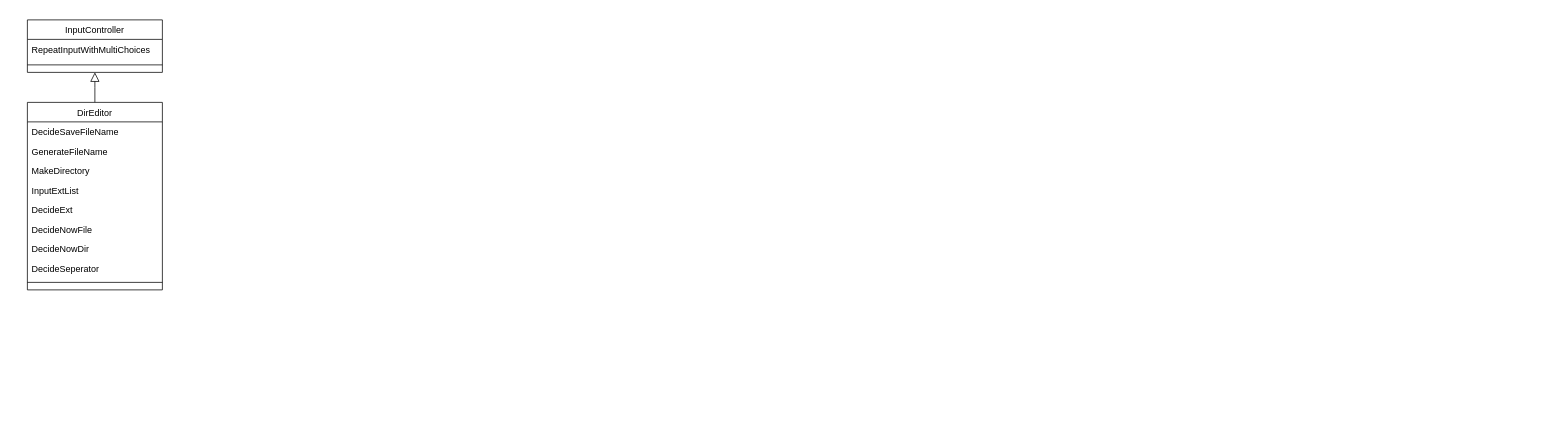
Before: page "04_FileListGetter" (5 of 7) of LandmasterLibrary/_Module_Diagram.drawio in landmaster135/pyclone-tornado, a draw.io diagram. Source tidied: cells renumbered, new cells numbered last; positions are measured from the earlier drawing's top-left corner, leaving out a move shared by most shapes. Both pictures are drawn from the tidied source at 75%, with x=0, y=0 at pixel (27, 20).
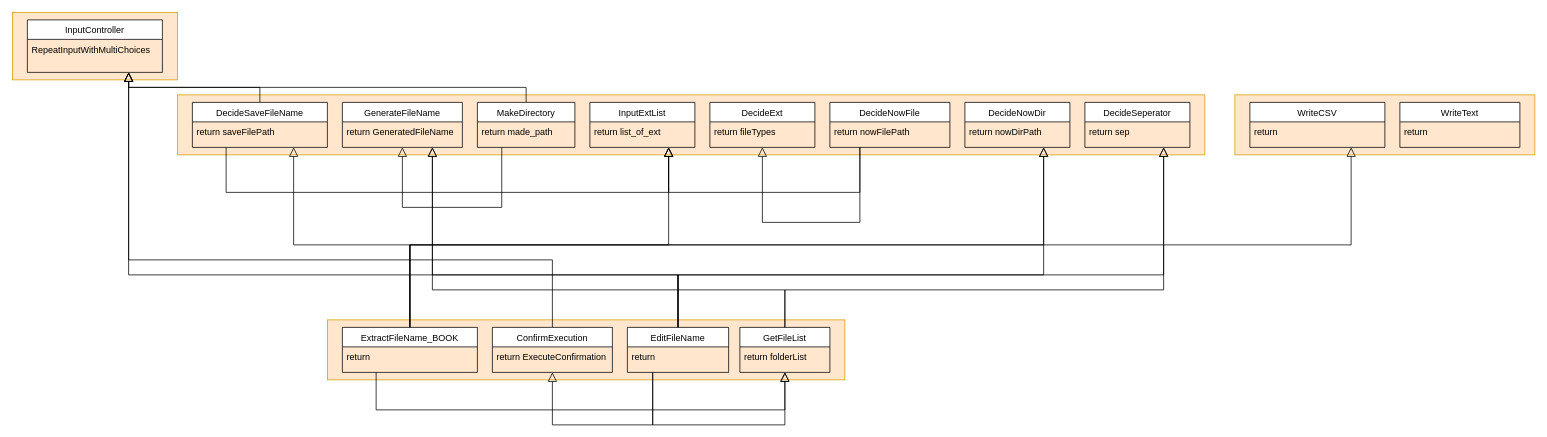
After the change.

The change refers to these unchanged cells:
```xml
<mxCell id="13" value="InputController" style="swimlane;fontStyle=0;align=center;verticalAlign=top;horizontal=1;startSize=26;rounded=0;shadow=0;strokeWidth=1;" parent="1" vertex="1">
  <mxGeometry width="180" height="70" as="geometry" />
</mxCell>
```

The edit, as a diff of the source:
```diff
@@
-    <mxCell id="2" style="endArrow=block;endSize=10;endFill=0;shadow=0;strokeWidth=1;rounded=0;edgeStyle=elbowEdgeStyle;elbow=vertical;exitX=0.5;exitY=0;exitDx=0;exitDy=0;entryX=0.5;entryY=1;entryDx=0;entryDy=0;" parent="1" edge="1" source="3" target="13">
-      <mxGeometry relative="1" as="geometry" />
-    </mxCell>
-    <mxCell id="3" value="DirEditor" style="swimlane;fontStyle=0;align=center;verticalAlign=top;horizontal=1;startSize=26;rounded=0;shadow=0;strokeWidth=1;" parent="1" vertex="1">
-      <mxGeometry y="110" width="180" height="250" as="geometry" />
-    </mxCell>
-    <mxCell id="4" value="DecideSaveFileName" style="text;align=left;verticalAlign=top;spacingLeft=4;spacingRight=4;overflow=hidden;points=[[0,0.5],[1,0.5]];portConstraint=eastwest;" parent="3" vertex="1">
-      <mxGeometry y="26" width="180" height="26" as="geometry" />
-    </mxCell>
-    <mxCell id="5" value="GenerateFileName" style="text;align=left;verticalAlign=top;spacingLeft=4;spacingRight=4;overflow=hidden;points=[[0,0.5],[1,0.5]];portConstraint=eastwest;rounded=0;shadow=0;html=0;" parent="3" vertex="1">
-      <mxGeometry y="52" width="180" height="26" as="geometry" />
-    </mxCell>
-    <mxCell id="6" value="MakeDirectory" style="text;align=left;verticalAlign=top;spacingLeft=4;spacingRight=4;overflow=hidden;points=[[0,0.5],[1,0.5]];portConstraint=eastwest;rounded=0;shadow=0;html=0;" parent="3" vertex="1">
-      <mxGeometry y="78" width="180" height="26" as="geometry" />
-    </mxCell>
-    <mxCell id="7" value="InputExtList" style="text;align=left;verticalAlign=top;spacingLeft=4;spacingRight=4;overflow=hidden;points=[[0,0.5],[1,0.5]];portConstraint=eastwest;rounded=0;shadow=0;html=0;" parent="3" vertex="1">
-      <mxGeometry y="104" width="180" height="26" as="geometry" />
-    </mxCell>
-    <mxCell id="8" value="DecideExt" style="text;align=left;verticalAlign=top;spacingLeft=4;spacingRight=4;overflow=hidden;points=[[0,0.5],[1,0.5]];portConstraint=eastwest;rounded=0;shadow=0;html=0;" parent="3" vertex="1">
-      <mxGeometry y="130" width="180" height="26" as="geometry" />
-    </mxCell>
-    <mxCell id="9" value="DecideNowFile" style="text;align=left;verticalAlign=top;spacingLeft=4;spacingRight=4;overflow=hidden;points=[[0,0.5],[1,0.5]];portConstraint=eastwest;rounded=0;shadow=0;html=0;" parent="3" vertex="1">
-      <mxGeometry y="156" width="180" height="26" as="geometry" />
-    </mxCell>
-    <mxCell id="10" value="DecideNowDir" style="text;align=left;verticalAlign=top;spacingLeft=4;spacingRight=4;overflow=hidden;points=[[0,0.5],[1,0.5]];portConstraint=eastwest;rounded=0;shadow=0;html=0;" parent="3" vertex="1">
-      <mxGeometry y="182" width="180" height="26" as="geometry" />
-    </mxCell>
-    <mxCell id="11" value="DecideSeperator" style="text;align=left;verticalAlign=top;spacingLeft=4;spacingRight=4;overflow=hidden;points=[[0,0.5],[1,0.5]];portConstraint=eastwest;rounded=0;shadow=0;html=0;" parent="3" vertex="1">
-      <mxGeometry y="208" width="180" height="26" as="geometry" />
-    </mxCell>
-    <mxCell id="12" style="endArrow=none;html=1;" parent="3" edge="1">
-      <mxGeometry relative="1" as="geometry">
-        <mxPoint y="240" as="sourcePoint" />
-        <mxPoint x="180" y="240" as="targetPoint" />
-      </mxGeometry>
-    </mxCell>
+    <mxCell id="16" style="rounded=0;whiteSpace=wrap;html=1;fillColor=#ffe6cc;strokeColor=#d79b00;" parent="1" vertex="1">
+      <mxGeometry x="-20" y="-10" width="220" height="90" as="geometry" />
+    </mxCell>
+    <mxCell id="17" style="rounded=0;whiteSpace=wrap;html=1;fillColor=#ffe6cc;strokeColor=#d79b00;" parent="1" vertex="1">
+      <mxGeometry x="400" y="400" width="690" height="80" as="geometry" />
+    </mxCell>
+    <mxCell id="18" style="rounded=0;whiteSpace=wrap;html=1;fillColor=#ffe6cc;strokeColor=#d79b00;" parent="1" vertex="1">
+      <mxGeometry x="200" y="100" width="1370" height="80" as="geometry" />
+    </mxCell>
+    <mxCell id="19" style="endArrow=block;endSize=10;endFill=0;shadow=0;strokeWidth=1;rounded=0;edgeStyle=elbowEdgeStyle;elbow=vertical;exitX=0.5;exitY=0;exitDx=0;exitDy=0;entryX=0.75;entryY=1;entryDx=0;entryDy=0;" parent="1" edge="1" source="4" target="13">
+      <mxGeometry relative="1" as="geometry" />
+    </mxCell>
@@
-    <mxCell id="15" style="endArrow=none;html=1;" parent="13" edge="1">
-      <mxGeometry relative="1" as="geometry">
-        <mxPoint y="60" as="sourcePoint" />
-        <mxPoint x="180" y="60" as="targetPoint" />
-      </mxGeometry>
-    </mxCell>
+    <mxCell id="20" style="endArrow=block;endSize=10;endFill=0;shadow=0;strokeWidth=1;rounded=0;edgeStyle=elbowEdgeStyle;elbow=vertical;exitX=0.25;exitY=1;exitDx=0;exitDy=0;entryX=0.75;entryY=1;entryDx=0;entryDy=0;" parent="1" edge="1" source="4" target="7">
+      <mxGeometry relative="1" as="geometry">
+        <Array as="points">
+          <mxPoint x="550" y="230" />
+        </Array>
+      </mxGeometry>
+    </mxCell>
+    <mxCell id="21" style="endArrow=block;endSize=10;endFill=0;shadow=0;strokeWidth=1;rounded=0;edgeStyle=elbowEdgeStyle;elbow=vertical;exitX=0.5;exitY=0;exitDx=0;exitDy=0;entryX=0.75;entryY=1;entryDx=0;entryDy=0;" parent="1" edge="1" source="6" target="13">
+      <mxGeometry relative="1" as="geometry" />
+    </mxCell>
+    <mxCell id="22" style="endArrow=block;endSize=10;endFill=0;shadow=0;strokeWidth=1;rounded=0;edgeStyle=elbowEdgeStyle;elbow=vertical;exitX=0.25;exitY=1;exitDx=0;exitDy=0;entryX=0.5;entryY=1;entryDx=0;entryDy=0;" parent="1" edge="1" source="6" target="5">
+      <mxGeometry relative="1" as="geometry">
+        <Array as="points">
+          <mxPoint x="570" y="250" />
+        </Array>
+      </mxGeometry>
+    </mxCell>
+    <mxCell id="23" style="endArrow=block;endSize=10;endFill=0;shadow=0;strokeWidth=1;rounded=0;edgeStyle=elbowEdgeStyle;elbow=vertical;exitX=0.25;exitY=1;exitDx=0;exitDy=0;entryX=0.5;entryY=1;entryDx=0;entryDy=0;" parent="1" edge="1" source="9" target="8">
+      <mxGeometry relative="1" as="geometry">
+        <Array as="points">
+          <mxPoint x="1060" y="270" />
+        </Array>
+      </mxGeometry>
+    </mxCell>
+    <mxCell id="24" style="endArrow=block;endSize=10;endFill=0;shadow=0;strokeWidth=1;rounded=0;edgeStyle=elbowEdgeStyle;elbow=vertical;exitX=0.25;exitY=1;exitDx=0;exitDy=0;entryX=0.75;entryY=1;entryDx=0;entryDy=0;" parent="1" edge="1" source="9" target="7">
+      <mxGeometry relative="1" as="geometry">
+        <Array as="points">
+          <mxPoint x="990" y="230" />
+        </Array>
+      </mxGeometry>
+    </mxCell>
+    <mxCell id="25" style="endArrow=block;endSize=10;endFill=0;shadow=0;strokeWidth=1;rounded=0;edgeStyle=elbowEdgeStyle;elbow=vertical;entryX=0.5;entryY=1;entryDx=0;entryDy=0;exitX=0.25;exitY=1;exitDx=0;exitDy=0;" parent="1" edge="1" source="44" target="56">
+      <mxGeometry relative="1" as="geometry">
+        <Array as="points">
+          <mxPoint x="820" y="520" />
+        </Array>
+      </mxGeometry>
+    </mxCell>
+    <mxCell id="26" style="endArrow=block;endSize=10;endFill=0;shadow=0;strokeWidth=1;rounded=0;edgeStyle=elbowEdgeStyle;elbow=vertical;exitX=0.5;exitY=0;exitDx=0;exitDy=0;entryX=0.75;entryY=1;entryDx=0;entryDy=0;" parent="1" edge="1" source="44" target="7">
+      <mxGeometry relative="1" as="geometry">
+        <Array as="points">
+          <mxPoint x="590" y="300" />
+        </Array>
+      </mxGeometry>
+    </mxCell>
+    <mxCell id="27" style="endArrow=block;endSize=10;endFill=0;shadow=0;strokeWidth=1;rounded=0;edgeStyle=elbowEdgeStyle;elbow=vertical;exitX=0.5;exitY=0;exitDx=0;exitDy=0;entryX=0.75;entryY=1;entryDx=0;entryDy=0;" parent="1" edge="1" source="44" target="10">
+      <mxGeometry relative="1" as="geometry">
+        <Array as="points">
+          <mxPoint x="840" y="300" />
+        </Array>
+      </mxGeometry>
+    </mxCell>
+    <mxCell id="28" style="endArrow=block;endSize=10;endFill=0;shadow=0;strokeWidth=1;rounded=0;edgeStyle=elbowEdgeStyle;elbow=vertical;entryX=0.75;entryY=1;entryDx=0;entryDy=0;exitX=0.5;exitY=0;exitDx=0;exitDy=0;" parent="1" edge="1" source="44" target="4">
+      <mxGeometry relative="1" as="geometry">
+        <Array as="points">
+          <mxPoint x="310" y="300" />
+        </Array>
+      </mxGeometry>
+    </mxCell>
+    <mxCell id="29" style="rounded=0;whiteSpace=wrap;html=1;fillColor=#ffe6cc;strokeColor=#d79b00;" parent="1" vertex="1">
+      <mxGeometry x="1610" y="100" width="400" height="80" as="geometry" />
+    </mxCell>
+    <mxCell id="30" style="endArrow=block;endSize=10;endFill=0;shadow=0;strokeWidth=1;rounded=0;edgeStyle=elbowEdgeStyle;elbow=vertical;entryX=0.75;entryY=1;entryDx=0;entryDy=0;exitX=0.5;exitY=0;exitDx=0;exitDy=0;" parent="1" edge="1" source="44" target="40">
+      <mxGeometry relative="1" as="geometry">
+        <Array as="points">
+          <mxPoint x="1030" y="300" />
+        </Array>
+      </mxGeometry>
+    </mxCell>
+    <mxCell id="31" style="endArrow=block;endSize=10;endFill=0;shadow=0;strokeWidth=1;rounded=0;edgeStyle=elbowEdgeStyle;elbow=vertical;exitX=0.5;exitY=0;exitDx=0;exitDy=0;entryX=0.75;entryY=1;entryDx=0;entryDy=0;" parent="1" edge="1" source="46" target="13">
+      <mxGeometry relative="1" as="geometry">
+        <Array as="points">
+          <mxPoint x="760" y="320" />
+          <mxPoint x="920" y="320" />
+        </Array>
+      </mxGeometry>
+    </mxCell>
+    <mxCell id="4" value="DecideSaveFileName" style="swimlane;fontStyle=0;align=center;verticalAlign=top;horizontal=1;startSize=26;rounded=0;shadow=0;strokeWidth=1;" parent="1" vertex="1">
+      <mxGeometry x="220" y="110" width="180" height="60" as="geometry" />
+    </mxCell>
+    <mxCell id="32" value="return saveFilePath" style="text;align=left;verticalAlign=top;spacingLeft=4;spacingRight=4;overflow=hidden;" parent="4" vertex="1">
+      <mxGeometry y="26" width="180" height="26" as="geometry" />
+    </mxCell>
+    <mxCell id="5" value="GenerateFileName" style="swimlane;fontStyle=0;align=center;verticalAlign=top;horizontal=1;startSize=26;rounded=0;shadow=0;strokeWidth=1;" parent="1" vertex="1">
+      <mxGeometry x="420" y="110" width="160" height="60" as="geometry" />
+    </mxCell>
+    <mxCell id="33" value="return GeneratedFileName" style="text;align=left;verticalAlign=top;spacingLeft=4;spacingRight=4;overflow=hidden;rounded=0;shadow=0;html=0;" parent="5" vertex="1">
+      <mxGeometry y="26" width="160" height="26" as="geometry" />
+    </mxCell>
+    <mxCell id="6" value="MakeDirectory" style="swimlane;fontStyle=0;align=center;verticalAlign=top;horizontal=1;startSize=26;rounded=0;shadow=0;strokeWidth=1;" parent="1" vertex="1">
+      <mxGeometry x="600" y="110" width="130" height="60" as="geometry" />
+    </mxCell>
+    <mxCell id="34" value="return made_path" style="text;align=left;verticalAlign=top;spacingLeft=4;spacingRight=4;overflow=hidden;" parent="6" vertex="1">
+      <mxGeometry y="26" width="130" height="26" as="geometry" />
+    </mxCell>
+    <mxCell id="9" value="DecideNowFile" style="swimlane;fontStyle=0;align=center;verticalAlign=top;horizontal=1;startSize=26;rounded=0;shadow=0;strokeWidth=1;" parent="1" vertex="1">
+      <mxGeometry x="1070" y="110" width="160" height="60" as="geometry" />
+    </mxCell>
+    <mxCell id="35" value="return nowFilePath" style="text;align=left;verticalAlign=top;spacingLeft=4;spacingRight=4;overflow=hidden;" parent="9" vertex="1">
+      <mxGeometry y="26" width="160" height="26" as="geometry" />
+    </mxCell>
+    <mxCell id="8" value="DecideExt" style="swimlane;fontStyle=0;align=center;verticalAlign=top;horizontal=1;startSize=26;rounded=0;shadow=0;strokeWidth=1;" parent="1" vertex="1">
+      <mxGeometry x="910" y="110" width="140" height="60" as="geometry" />
+    </mxCell>
+    <mxCell id="36" value="return fileTypes" style="text;align=left;verticalAlign=top;spacingLeft=4;spacingRight=4;overflow=hidden;" parent="8" vertex="1">
+      <mxGeometry y="26" width="140" height="26" as="geometry" />
+    </mxCell>
+    <mxCell id="7" value="InputExtList" style="swimlane;fontStyle=0;align=center;verticalAlign=top;horizontal=1;startSize=26;rounded=0;shadow=0;strokeWidth=1;" parent="1" vertex="1">
+      <mxGeometry x="750" y="110" width="140" height="60" as="geometry" />
+    </mxCell>
+    <mxCell id="37" value="return list_of_ext" style="text;align=left;verticalAlign=top;spacingLeft=4;spacingRight=4;overflow=hidden;" parent="7" vertex="1">
+      <mxGeometry y="26" width="140" height="26" as="geometry" />
+    </mxCell>
+    <mxCell id="10" value="DecideNowDir" style="swimlane;fontStyle=0;align=center;verticalAlign=top;horizontal=1;startSize=26;rounded=0;shadow=0;strokeWidth=1;" parent="1" vertex="1">
+      <mxGeometry x="1250" y="110" width="140" height="60" as="geometry" />
+    </mxCell>
+    <mxCell id="38" value="return nowDirPath" style="text;align=left;verticalAlign=top;spacingLeft=4;spacingRight=4;overflow=hidden;" parent="10" vertex="1">
+      <mxGeometry y="26" width="140" height="26" as="geometry" />
+    </mxCell>
+    <mxCell id="11" value="DecideSeperator" style="swimlane;fontStyle=0;align=center;verticalAlign=top;horizontal=1;startSize=26;rounded=0;shadow=0;strokeWidth=1;" parent="1" vertex="1">
+      <mxGeometry x="1410" y="110" width="140" height="60" as="geometry" />
+    </mxCell>
+    <mxCell id="39" value="return sep" style="text;align=left;verticalAlign=top;spacingLeft=4;spacingRight=4;overflow=hidden;" parent="11" vertex="1">
+      <mxGeometry y="26" width="140" height="26" as="geometry" />
+    </mxCell>
+    <mxCell id="40" value="WriteCSV" style="swimlane;fontStyle=0;align=center;verticalAlign=top;horizontal=1;startSize=26;rounded=0;shadow=0;strokeWidth=1;" parent="1" vertex="1">
+      <mxGeometry x="1630" y="110" width="180" height="60" as="geometry" />
+    </mxCell>
+    <mxCell id="41" value="return" style="text;align=left;verticalAlign=top;spacingLeft=4;spacingRight=4;overflow=hidden;" parent="40" vertex="1">
+      <mxGeometry y="26" width="180" height="26" as="geometry" />
+    </mxCell>
+    <mxCell id="42" value="WriteText" style="swimlane;fontStyle=0;align=center;verticalAlign=top;horizontal=1;startSize=26;rounded=0;shadow=0;strokeWidth=1;" parent="1" vertex="1">
+      <mxGeometry x="1830" y="110" width="160" height="60" as="geometry" />
+    </mxCell>
+    <mxCell id="43" value="return" style="text;align=left;verticalAlign=top;spacingLeft=4;spacingRight=4;overflow=hidden;rounded=0;shadow=0;html=0;" parent="42" vertex="1">
+      <mxGeometry y="26" width="160" height="26" as="geometry" />
+    </mxCell>
+    <mxCell id="44" value="ExtractFileName_BOOK" style="swimlane;fontStyle=0;align=center;verticalAlign=top;horizontal=1;startSize=26;rounded=0;shadow=0;strokeWidth=1;" parent="1" vertex="1">
+      <mxGeometry x="420" y="410" width="180" height="60" as="geometry" />
+    </mxCell>
+    <mxCell id="45" value="return" style="text;align=left;verticalAlign=top;spacingLeft=4;spacingRight=4;overflow=hidden;" parent="44" vertex="1">
+      <mxGeometry y="26" width="180" height="26" as="geometry" />
+    </mxCell>
+    <mxCell id="46" value="ConfirmExecution" style="swimlane;fontStyle=0;align=center;verticalAlign=top;horizontal=1;startSize=26;rounded=0;shadow=0;strokeWidth=1;" parent="1" vertex="1">
+      <mxGeometry x="620" y="410" width="160" height="60" as="geometry" />
+    </mxCell>
+    <mxCell id="47" value="return ExecuteConfirmation" style="text;align=left;verticalAlign=top;spacingLeft=4;spacingRight=4;overflow=hidden;" parent="46" vertex="1">
+      <mxGeometry y="26" width="160" height="26" as="geometry" />
+    </mxCell>
+    <mxCell id="48" style="endArrow=block;endSize=10;endFill=0;shadow=0;strokeWidth=1;rounded=0;edgeStyle=elbowEdgeStyle;elbow=vertical;exitX=0.5;exitY=0;exitDx=0;exitDy=0;entryX=0.75;entryY=1;entryDx=0;entryDy=0;" parent="1" edge="1" source="54" target="10">
+      <mxGeometry relative="1" as="geometry">
+        <Array as="points">
+          <mxPoint x="1100" y="340" />
+          <mxPoint x="930" y="330" />
+        </Array>
+      </mxGeometry>
+    </mxCell>
+    <mxCell id="49" style="endArrow=block;endSize=10;endFill=0;shadow=0;strokeWidth=1;rounded=0;edgeStyle=elbowEdgeStyle;elbow=vertical;exitX=0.25;exitY=1;exitDx=0;exitDy=0;entryX=0.5;entryY=1;entryDx=0;entryDy=0;" parent="1" edge="1" source="54" target="56">
+      <mxGeometry relative="1" as="geometry">
+        <Array as="points">
+          <mxPoint x="1030" y="540" />
+        </Array>
+      </mxGeometry>
+    </mxCell>
+    <mxCell id="50" style="endArrow=block;endSize=10;endFill=0;shadow=0;strokeWidth=1;rounded=0;edgeStyle=elbowEdgeStyle;elbow=vertical;exitX=0.5;exitY=0;exitDx=0;exitDy=0;entryX=0.75;entryY=1;entryDx=0;entryDy=0;" parent="1" edge="1" source="54" target="13">
+      <mxGeometry relative="1" as="geometry">
+        <Array as="points">
+          <mxPoint x="470" y="340" />
+        </Array>
+      </mxGeometry>
+    </mxCell>
+    <mxCell id="51" style="endArrow=block;endSize=10;endFill=0;shadow=0;strokeWidth=1;rounded=0;edgeStyle=elbowEdgeStyle;elbow=vertical;entryX=0.5;entryY=1;entryDx=0;entryDy=0;exitX=0.25;exitY=1;exitDx=0;exitDy=0;" parent="1" edge="1" source="54" target="46">
+      <mxGeometry relative="1" as="geometry">
+        <Array as="points">
+          <mxPoint x="800" y="540" />
+        </Array>
+      </mxGeometry>
+    </mxCell>
+    <mxCell id="52" style="endArrow=block;endSize=10;endFill=0;shadow=0;strokeWidth=1;rounded=0;edgeStyle=elbowEdgeStyle;elbow=vertical;entryX=0.75;entryY=1;entryDx=0;entryDy=0;exitX=0.5;exitY=0;exitDx=0;exitDy=0;" parent="1" edge="1" source="54" target="5">
+      <mxGeometry relative="1" as="geometry">
+        <Array as="points">
+          <mxPoint x="470" y="340" />
+        </Array>
+      </mxGeometry>
+    </mxCell>
+    <mxCell id="53" style="endArrow=block;endSize=10;endFill=0;shadow=0;strokeWidth=1;rounded=0;edgeStyle=elbowEdgeStyle;elbow=vertical;exitX=0.5;exitY=0;exitDx=0;exitDy=0;" parent="1" edge="1" source="56">
+      <mxGeometry relative="1" as="geometry">
+        <mxPoint x="540" y="170" as="targetPoint" />
+        <Array as="points">
+          <mxPoint x="840" y="360" />
+        </Array>
+      </mxGeometry>
+    </mxCell>
+    <mxCell id="54" value="EditFileName" style="swimlane;fontStyle=0;align=center;verticalAlign=top;horizontal=1;startSize=26;rounded=0;shadow=0;strokeWidth=1;" parent="1" vertex="1">
+      <mxGeometry x="800" y="410" width="135" height="60" as="geometry" />
+    </mxCell>
+    <mxCell id="55" value="return" style="text;align=left;verticalAlign=top;spacingLeft=4;spacingRight=4;overflow=hidden;" parent="54" vertex="1">
+      <mxGeometry y="26" width="135" height="26" as="geometry" />
+    </mxCell>
+    <mxCell id="56" value="GetFileList" style="swimlane;fontStyle=0;align=center;verticalAlign=top;horizontal=1;startSize=26;rounded=0;shadow=0;strokeWidth=1;" parent="1" vertex="1">
+      <mxGeometry x="950" y="410" width="120" height="60" as="geometry" />
+    </mxCell>
+    <mxCell id="57" value="return folderList" style="text;align=left;verticalAlign=top;spacingLeft=4;spacingRight=4;overflow=hidden;" parent="56" vertex="1">
+      <mxGeometry y="26" width="120" height="26" as="geometry" />
+    </mxCell>
+    <mxCell id="58" style="endArrow=block;endSize=10;endFill=0;shadow=0;strokeWidth=1;rounded=0;edgeStyle=elbowEdgeStyle;elbow=vertical;exitX=0.5;exitY=0;exitDx=0;exitDy=0;entryX=0.75;entryY=1;entryDx=0;entryDy=0;" parent="1" edge="1" source="54" target="11">
+      <mxGeometry relative="1" as="geometry">
+        <Array as="points">
+          <mxPoint x="1120" y="340" />
+          <mxPoint x="940" y="340" />
+        </Array>
+      </mxGeometry>
+    </mxCell>
+    <mxCell id="59" style="endArrow=block;endSize=10;endFill=0;shadow=0;strokeWidth=1;rounded=0;edgeStyle=elbowEdgeStyle;elbow=vertical;exitX=0.5;exitY=0;exitDx=0;exitDy=0;entryX=0.75;entryY=1;entryDx=0;entryDy=0;" parent="1" edge="1" source="56" target="11">
+      <mxGeometry relative="1" as="geometry">
+        <Array as="points">
+          <mxPoint x="1270" y="360" />
+          <mxPoint x="950" y="350" />
+        </Array>
+      </mxGeometry>
+    </mxCell>
```
